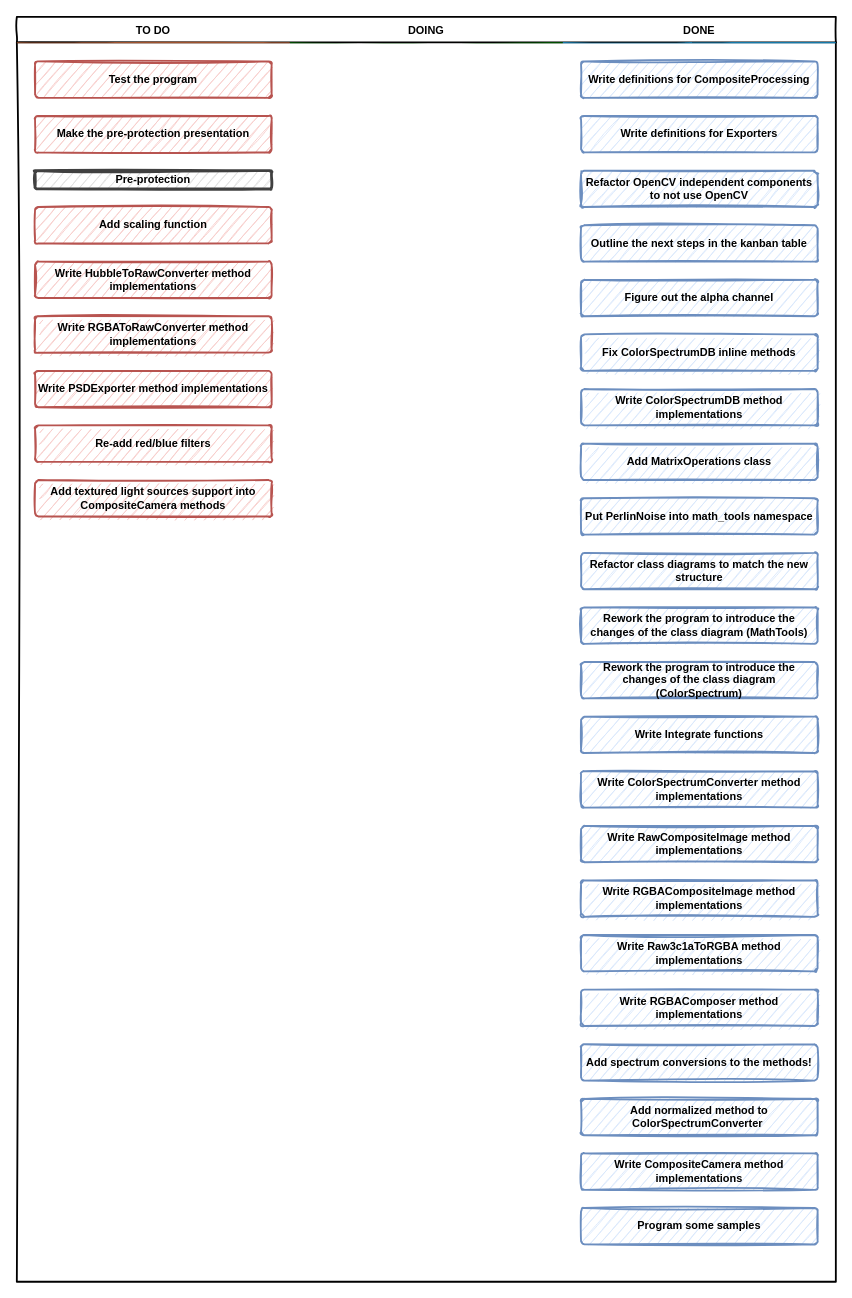
Earlier version of the draw.io diagram Docs/Kanban table.drawio (SpatiumOwl/ComplexSky-2.0). Source tidied: cells renumbered, new cells numbered last; positions are measured from the earlier drawing's top-left corner, leaving out a move shared by most shapes. Both pictures are drawn from the tidied source at 91%, with x=0, y=0 at pixel (16, 16).
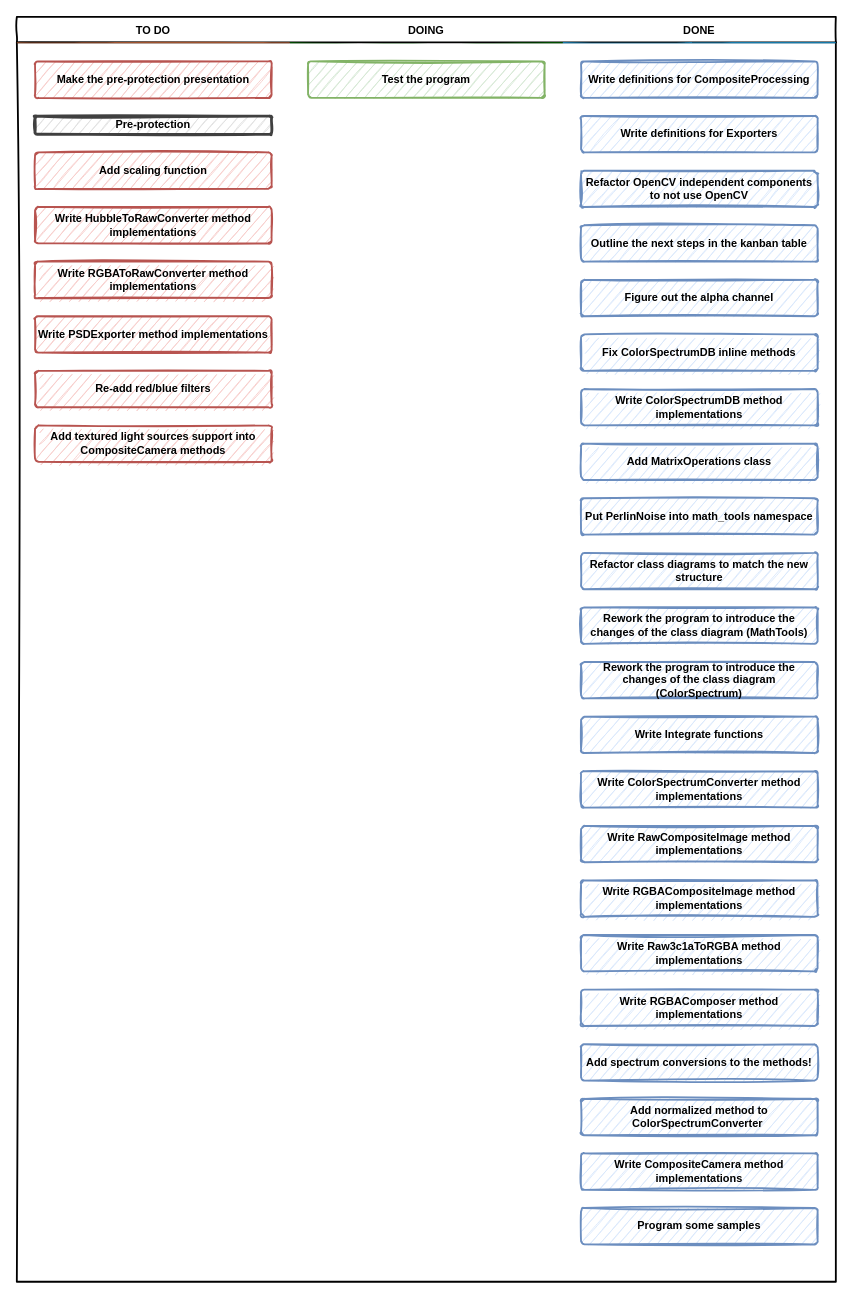
The same diagram, later.

Unchanged cells that the change refers to:
```xml
<mxCell id="3" value="TO DO" style="swimlane;strokeWidth=2;fontFamily=Permanent Marker;html=0;startSize=1;verticalAlign=bottom;spacingBottom=5;stackBorder=20;sketch=1;strokeColor=none;fillStyle=solid;fillColor=#A0522D;" parent="2" vertex="1">
  <mxGeometry y="28" width="300" height="1362" as="geometry" />
</mxCell>
<mxCell id="13" value="DOING" style="swimlane;strokeWidth=2;fontFamily=Permanent Marker;html=0;startSize=1;verticalAlign=bottom;spacingBottom=5;stackBorder=20;sketch=1;strokeColor=none;fillStyle=solid;fillColor=#006600;" parent="2" vertex="1">
  <mxGeometry x="300" y="28" width="300" height="1362" as="geometry" />
</mxCell>
```

The edit, as a diff of the source:
```diff
@@
-    <mxCell id="4" value="Test the program" style="whiteSpace=wrap;html=1;strokeWidth=2;fillColor=#f8cecc;fontStyle=1;spacingTop=0;rounded=1;arcSize=9;sketch=1;fontFamily=Permanent Marker;hachureGap=8;fillWeight=1;strokeColor=#b85450;" parent="3" vertex="1">
-      <mxGeometry x="20" y="21" width="260" height="40" as="geometry" />
-    </mxCell>
     <mxCell id="5" value="Make the pre-protection presentation" style="whiteSpace=wrap;html=1;strokeWidth=2;fillColor=#f8cecc;fontStyle=1;spacingTop=0;rounded=1;arcSize=9;sketch=1;fontFamily=Permanent Marker;hachureGap=8;fillWeight=1;strokeColor=#b85450;" parent="3" vertex="1">
-      <mxGeometry x="20" y="81" width="260" height="40" as="geometry" />
+      <mxGeometry x="20" y="21" width="260" height="40" as="geometry" />
     </mxCell>
     <mxCell id="6" value="Pre-protection" style="whiteSpace=wrap;html=1;strokeWidth=3;fillColor=#E0E0E0;fontStyle=1;spacingTop=0;rounded=1;arcSize=9;sketch=1;fontFamily=Permanent Marker;hachureGap=8;fillWeight=1;strokeColor=#404040;imageHeight=15;" parent="3" vertex="1">
-      <mxGeometry x="20" y="141" width="260" height="20" as="geometry" />
+      <mxGeometry x="20" y="81" width="260" height="20" as="geometry" />
     </mxCell>
     <mxCell id="7" value="Add scaling function" style="whiteSpace=wrap;html=1;strokeWidth=2;fillColor=#f8cecc;fontStyle=1;spacingTop=0;rounded=1;arcSize=9;sketch=1;fontFamily=Permanent Marker;hachureGap=8;fillWeight=1;strokeColor=#b85450;" parent="3" vertex="1">
-      <mxGeometry x="20" y="181" width="260" height="40" as="geometry" />
+      <mxGeometry x="20" y="121" width="260" height="40" as="geometry" />
     </mxCell>
     <mxCell id="8" value="Write HubbleToRawConverter method implementations" style="whiteSpace=wrap;html=1;strokeWidth=2;fillColor=#f8cecc;fontStyle=1;spacingTop=0;rounded=1;arcSize=9;sketch=1;fontFamily=Permanent Marker;hachureGap=8;fillWeight=1;strokeColor=#b85450;" parent="3" vertex="1">
-      <mxGeometry x="20" y="241" width="260" height="40" as="geometry" />
+      <mxGeometry x="20" y="181" width="260" height="40" as="geometry" />
     </mxCell>
     <mxCell id="9" value="Write RGBAToRawConverter method implementations" style="whiteSpace=wrap;html=1;strokeWidth=2;fillColor=#f8cecc;fontStyle=1;spacingTop=0;rounded=1;arcSize=9;sketch=1;fontFamily=Permanent Marker;hachureGap=8;fillWeight=1;strokeColor=#b85450;" parent="3" vertex="1">
-      <mxGeometry x="20" y="301" width="260" height="40" as="geometry" />
+      <mxGeometry x="20" y="241" width="260" height="40" as="geometry" />
     </mxCell>
     <mxCell id="10" value="Write PSDExporter method implementations" style="whiteSpace=wrap;html=1;strokeWidth=2;fillColor=#f8cecc;fontStyle=1;spacingTop=0;rounded=1;arcSize=9;sketch=1;fontFamily=Permanent Marker;hachureGap=8;fillWeight=1;strokeColor=#b85450;" parent="3" vertex="1">
-      <mxGeometry x="20" y="361" width="260" height="40" as="geometry" />
+      <mxGeometry x="20" y="301" width="260" height="40" as="geometry" />
     </mxCell>
     <mxCell id="11" value="Re-add red/blue filters" style="whiteSpace=wrap;html=1;strokeWidth=2;fillColor=#f8cecc;fontStyle=1;spacingTop=0;rounded=1;arcSize=9;sketch=1;fontFamily=Permanent Marker;hachureGap=8;fillWeight=1;strokeColor=#b85450;" parent="3" vertex="1">
-      <mxGeometry x="20" y="421" width="260" height="40" as="geometry" />
+      <mxGeometry x="20" y="361" width="260" height="40" as="geometry" />
     </mxCell>
     <mxCell id="12" value="Add textured light sources support into CompositeCamera methods" style="whiteSpace=wrap;html=1;strokeWidth=2;fillColor=#f8cecc;fontStyle=1;spacingTop=0;rounded=1;arcSize=9;sketch=1;fontFamily=Permanent Marker;hachureGap=8;fillWeight=1;strokeColor=#b85450;" parent="3" vertex="1">
-      <mxGeometry x="20" y="481" width="260" height="40" as="geometry" />
+      <mxGeometry x="20" y="421" width="260" height="40" as="geometry" />
     </mxCell>
@@
+    <mxCell id="4" value="Test the program" style="whiteSpace=wrap;html=1;strokeWidth=2;fillColor=#d5e8d4;fontStyle=1;spacingTop=0;rounded=1;arcSize=9;sketch=1;fontFamily=Permanent Marker;hachureGap=8;fillWeight=1;strokeColor=#82b366;" parent="13" vertex="1">
+      <mxGeometry x="20" y="21" width="260" height="40" as="geometry" />
+    </mxCell>
```
